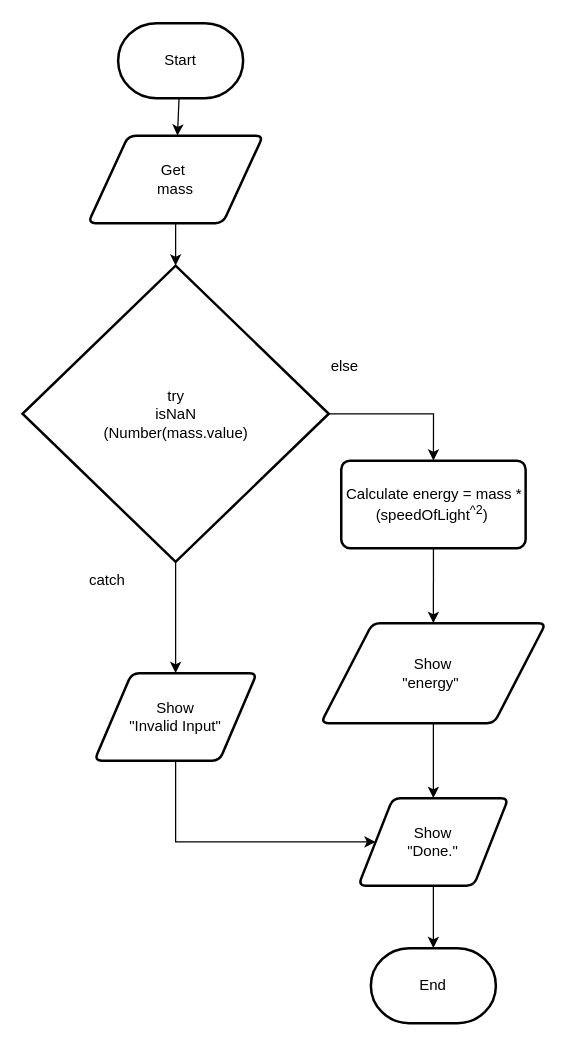
This is Unit1-02/design/flowchart.drawio from evan-beaudoin99/ICS4U-Unit1-Evan-Beaudoin, a draw.io file, before an edit. Source tidied: cells renumbered, new cells numbered last; positions are measured from the earlier drawing's top-left corner, leaving out a move shared by most shapes. Both pictures are drawn from the tidied source at 125%, with x=0, y=0 at pixel (22, 22).
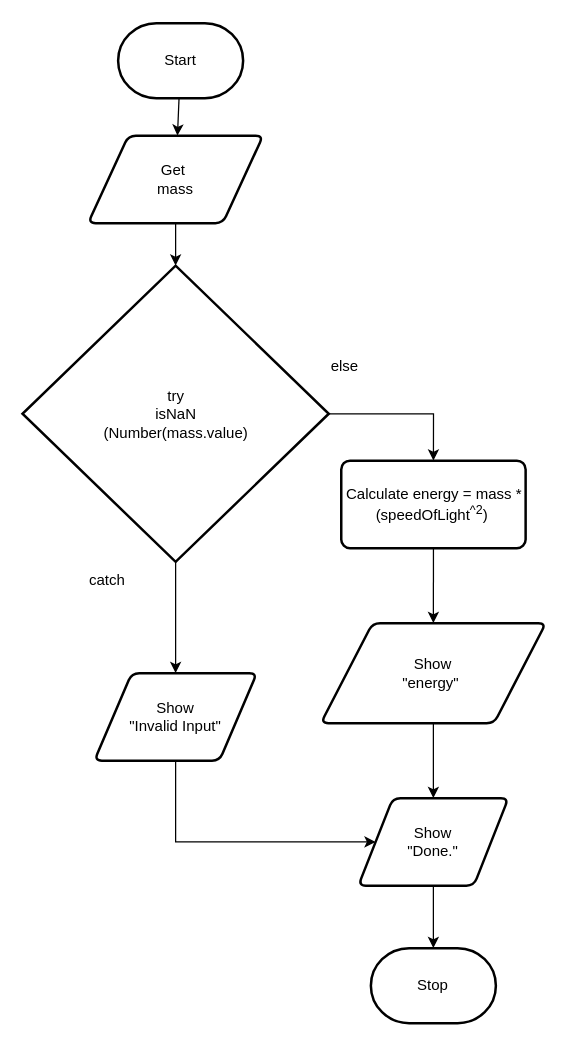
After the change.

What changed in the source:
```diff
@@
-    <mxCell id="15" value="End" style="strokeWidth=2;html=1;shape=mxgraph.flowchart.terminator;whiteSpace=wrap;" parent="1" vertex="1">
+    <mxCell id="15" value="Stop" style="strokeWidth=2;html=1;shape=mxgraph.flowchart.terminator;whiteSpace=wrap;" parent="1" vertex="1">
       <mxGeometry x="278.2" y="740" width="100" height="60" as="geometry" />
     </mxCell>
```
